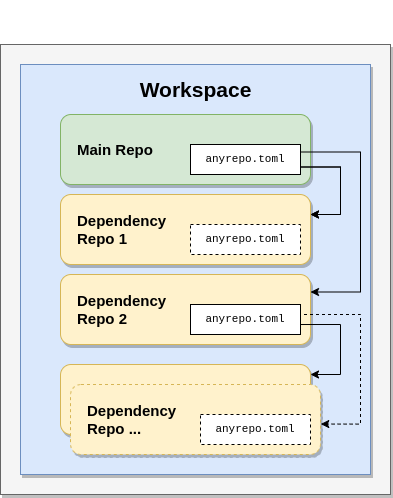
Above: docs/images/workspace.png in c0fec0de/git-ws (draw.io), before the change. Source tidied: cells renumbered, new cells last; positions are measured from the earlier drawing's top-left corner, leaving out a move shared by most shapes.
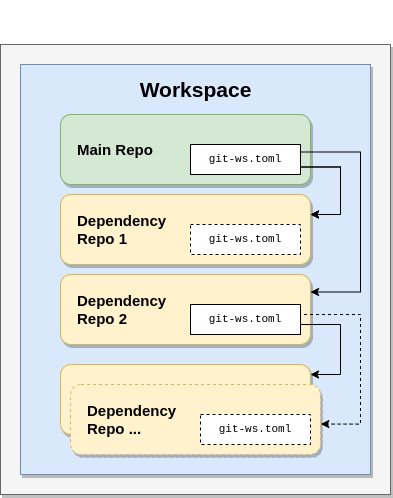
The same diagram one commit later.

What changed in the source:
```diff
@@ -22,19 +22,19 @@
         </Array>
       </mxGeometry>
     </mxCell>
-    <mxCell id="7" value="anyrepo.toml" style="rounded=0;whiteSpace=wrap;html=1;fontFamily=Courier New;fontSize=11;" parent="1" vertex="1">
+    <mxCell id="7" value="git-ws.toml" style="rounded=0;whiteSpace=wrap;html=1;fontFamily=Courier New;fontSize=11;" parent="1" vertex="1">
       <mxGeometry x="190" y="100" width="110" height="30" as="geometry" />
     </mxCell>
     <mxCell id="8" value="Dependency&lt;br&gt;Repo 1" style="rounded=1;whiteSpace=wrap;html=1;fillColor=#fff2cc;strokeColor=#d6b656;fontStyle=1;shadow=1;align=left;spacingLeft=15;fontSize=15;" parent="1" vertex="1">
       <mxGeometry x="60" y="150" width="250" height="70" as="geometry" />
     </mxCell>
-    <mxCell id="9" value="anyrepo.toml" style="rounded=0;whiteSpace=wrap;html=1;fontFamily=Courier New;dashed=1;fontSize=11;" parent="1" vertex="1">
+    <mxCell id="9" value="git-ws.toml" style="rounded=0;whiteSpace=wrap;html=1;fontFamily=Courier New;dashed=1;fontSize=11;" parent="1" vertex="1">
       <mxGeometry x="190" y="180" width="110" height="30" as="geometry" />
     </mxCell>
     <mxCell id="10" value="Dependency&lt;br&gt;Repo 2" style="rounded=1;whiteSpace=wrap;html=1;fillColor=#fff2cc;strokeColor=#d6b656;fontStyle=1;shadow=1;align=left;spacingLeft=15;fontSize=15;" parent="1" vertex="1">
       <mxGeometry x="60" y="230" width="250" height="70" as="geometry" />
     </mxCell>
-    <mxCell id="11" value="anyrepo.toml" style="rounded=0;whiteSpace=wrap;html=1;fontFamily=Courier New;fontSize=11;" parent="1" vertex="1">
+    <mxCell id="11" value="git-ws.toml" style="rounded=0;whiteSpace=wrap;html=1;fontFamily=Courier New;fontSize=11;" parent="1" vertex="1">
       <mxGeometry x="190" y="260" width="110" height="30" as="geometry" />
     </mxCell>
     <mxCell id="12" style="edgeStyle=orthogonalEdgeStyle;rounded=0;jettySize=auto;html=1;entryX=1;entryY=0.25;entryDx=0;entryDy=0;fontFamily=Courier New;fontSize=15;exitX=1;exitY=0.25;exitDx=0;exitDy=0;" parent="1" edge="1" source="7" target="10">
@@ -49,7 +49,7 @@
     <mxCell id="13" value="Dependency&lt;br&gt;Repo ..." style="rounded=1;whiteSpace=wrap;html=1;fillColor=#fff2cc;strokeColor=#d6b656;fontStyle=1;shadow=1;align=left;spacingLeft=15;fontSize=15;" parent="1" vertex="1">
       <mxGeometry x="60" y="320" width="250" height="70" as="geometry" />
     </mxCell>
-    <mxCell id="14" value="anyrepo.toml" style="rounded=0;whiteSpace=wrap;html=1;fontFamily=Courier New;dashed=1;" parent="1" vertex="1">
+    <mxCell id="14" value="git-ws.toml" style="rounded=0;whiteSpace=wrap;html=1;fontFamily=Courier New;dashed=1;" parent="1" vertex="1">
       <mxGeometry x="190" y="360" width="110" height="30" as="geometry" />
     </mxCell>
     <mxCell id="15" style="edgeStyle=orthogonalEdgeStyle;rounded=0;jettySize=auto;html=1;fontFamily=Courier New;fontSize=15;exitX=1;exitY=0.75;exitDx=0;exitDy=0;" parent="1" edge="1" source="7" target="8">
@@ -72,7 +72,7 @@
     <mxCell id="17" value="Dependency&lt;br&gt;Repo ..." style="rounded=1;whiteSpace=wrap;html=1;fillColor=#fff2cc;strokeColor=#d6b656;fontStyle=1;shadow=1;align=left;spacingLeft=15;fontSize=15;dashed=1;" parent="1" vertex="1">
       <mxGeometry x="70" y="340" width="250" height="70" as="geometry" />
     </mxCell>
-    <mxCell id="18" value="anyrepo.toml" style="rounded=0;whiteSpace=wrap;html=1;fontFamily=Courier New;dashed=1;fontSize=11;" parent="1" vertex="1">
+    <mxCell id="18" value="git-ws.toml" style="rounded=0;whiteSpace=wrap;html=1;fontFamily=Courier New;dashed=1;fontSize=11;" parent="1" vertex="1">
       <mxGeometry x="200" y="370" width="110" height="30" as="geometry" />
     </mxCell>
     <mxCell id="19" style="edgeStyle=orthogonalEdgeStyle;rounded=0;jettySize=auto;html=1;fontFamily=Courier New;fontSize=15;exitX=1;exitY=0.25;exitDx=0;exitDy=0;entryX=1.001;entryY=0.565;entryDx=0;entryDy=0;entryPerimeter=0;dashed=1;" parent="1" edge="1" source="11" target="17">
```
